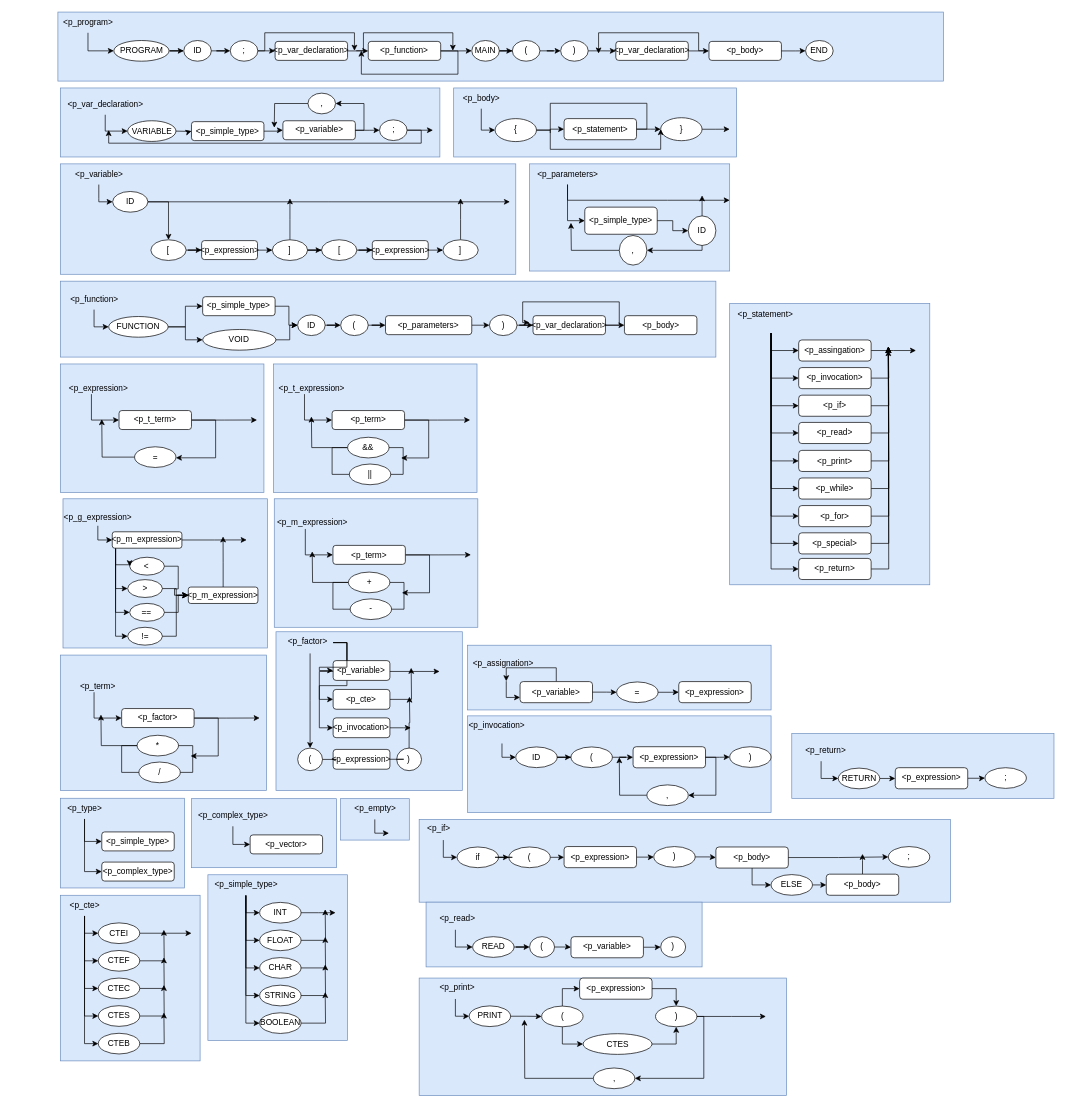
Before: Documents/diagram.drawio in JuanVillegas97/-, a draw.io diagram. Source tidied: cells renumbered, new cells numbered last; positions are measured from the earlier drawing's top-left corner, leaving out a move shared by most shapes. Both pictures are drawn from the tidied source at 69%, with x=0, y=0 at pixel (12, 12).
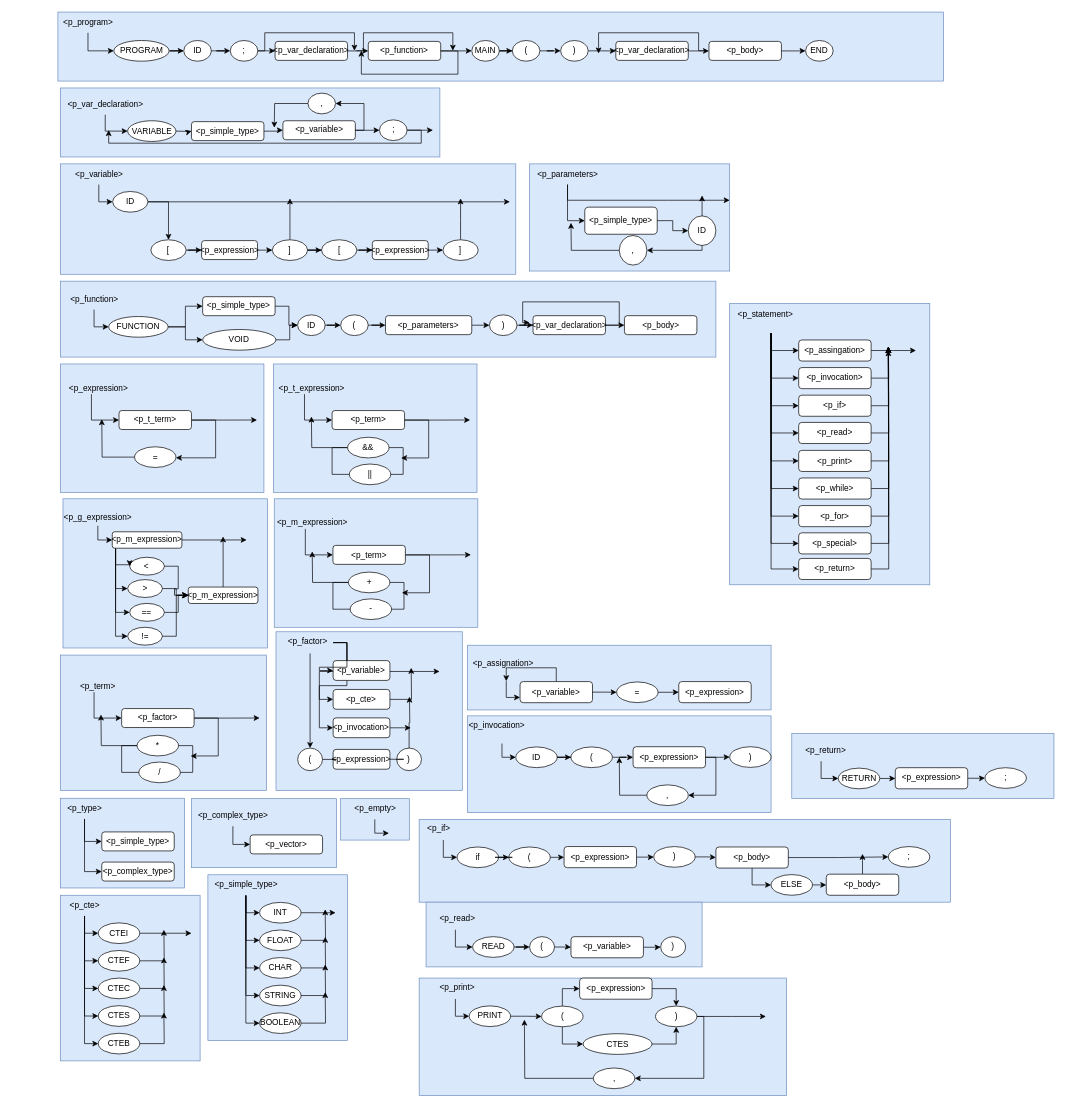
After the change.

Change to the diagram source:
```diff
@@
-    <mxCell id="33" style="group;" parent="1" vertex="1">
-      <mxGeometry x="640" y="110" width="410" height="100" as="geometry" />
-    </mxCell>
-    <mxCell id="34" style="rounded=0;whiteSpace=wrap;html=1;fillColor=#dae8fc;strokeColor=#6c8ebf;" parent="33" vertex="1">
-      <mxGeometry width="410" height="100" as="geometry" />
-    </mxCell>
-    <mxCell id="35" style="edgeStyle=orthogonalEdgeStyle;rounded=0;jettySize=auto;html=1;endArrow=none;endFill=0;" parent="33" edge="1" source="36">
-      <mxGeometry relative="1" as="geometry">
-        <mxPoint x="140" y="65.3" as="targetPoint" />
-        <Array as="points">
-          <mxPoint x="280" y="60" />
-          <mxPoint x="280" y="22.2" />
-          <mxPoint x="140" y="22.2" />
-        </Array>
-      </mxGeometry>
-    </mxCell>
-    <mxCell id="36" value="&amp;lt;p_statement&amp;gt;" style="rounded=1;whiteSpace=wrap;html=1;" parent="33" vertex="1">
-      <mxGeometry x="160" y="44.4" width="105" height="30.6" as="geometry" />
-    </mxCell>
-    <mxCell id="37" value="&amp;lt;p_body&amp;gt;" style="text;html=1;align=center;verticalAlign=middle;points=[];strokeColor=none;fillColor=none;" parent="33" vertex="1">
-      <mxGeometry width="80" height="30" as="geometry" />
-    </mxCell>
-    <mxCell id="38" style="edgeStyle=orthogonalEdgeStyle;rounded=0;jettySize=auto;html=1;" parent="33" edge="1" source="39" target="36">
-      <mxGeometry relative="1" as="geometry" />
-    </mxCell>
-    <mxCell id="39" value="{" style="ellipse;whiteSpace=wrap;html=1;" parent="33" vertex="1">
-      <mxGeometry x="60" y="44.4" width="60" height="33.3" as="geometry" />
-    </mxCell>
-    <mxCell id="40" style="edgeStyle=orthogonalEdgeStyle;rounded=0;jettySize=auto;html=1;entryX=0;entryY=0.5;entryDx=0;entryDy=0;" parent="33" edge="1" source="37" target="39">
-      <mxGeometry relative="1" as="geometry" />
-    </mxCell>
-    <mxCell id="41" style="edgeStyle=orthogonalEdgeStyle;rounded=0;jettySize=auto;html=1;" parent="33" edge="1" source="42">
-      <mxGeometry relative="1" as="geometry">
-        <mxPoint x="400" y="59.7" as="targetPoint" />
-      </mxGeometry>
-    </mxCell>
-    <mxCell id="42" value="}" style="ellipse;whiteSpace=wrap;html=1;" parent="33" vertex="1">
-      <mxGeometry x="300" y="43.1" width="60" height="33.3" as="geometry" />
-    </mxCell>
-    <mxCell id="43" style="edgeStyle=orthogonalEdgeStyle;rounded=0;jettySize=auto;html=1;entryX=0;entryY=0.5;entryDx=0;entryDy=0;" parent="33" edge="1" source="36" target="42">
-      <mxGeometry relative="1" as="geometry" />
-    </mxCell>
-    <mxCell id="44" style="edgeStyle=orthogonalEdgeStyle;rounded=0;jettySize=auto;html=1;exitX=1;exitY=0.5;exitDx=0;exitDy=0;entryX=0;entryY=0.5;entryDx=0;entryDy=0;" parent="33" edge="1" source="39" target="42">
-      <mxGeometry relative="1" as="geometry">
-        <Array as="points">
-          <mxPoint x="140" y="61.1" />
-          <mxPoint x="140" y="88.9" />
-          <mxPoint x="300" y="88.9" />
-        </Array>
-      </mxGeometry>
-    </mxCell>
```
